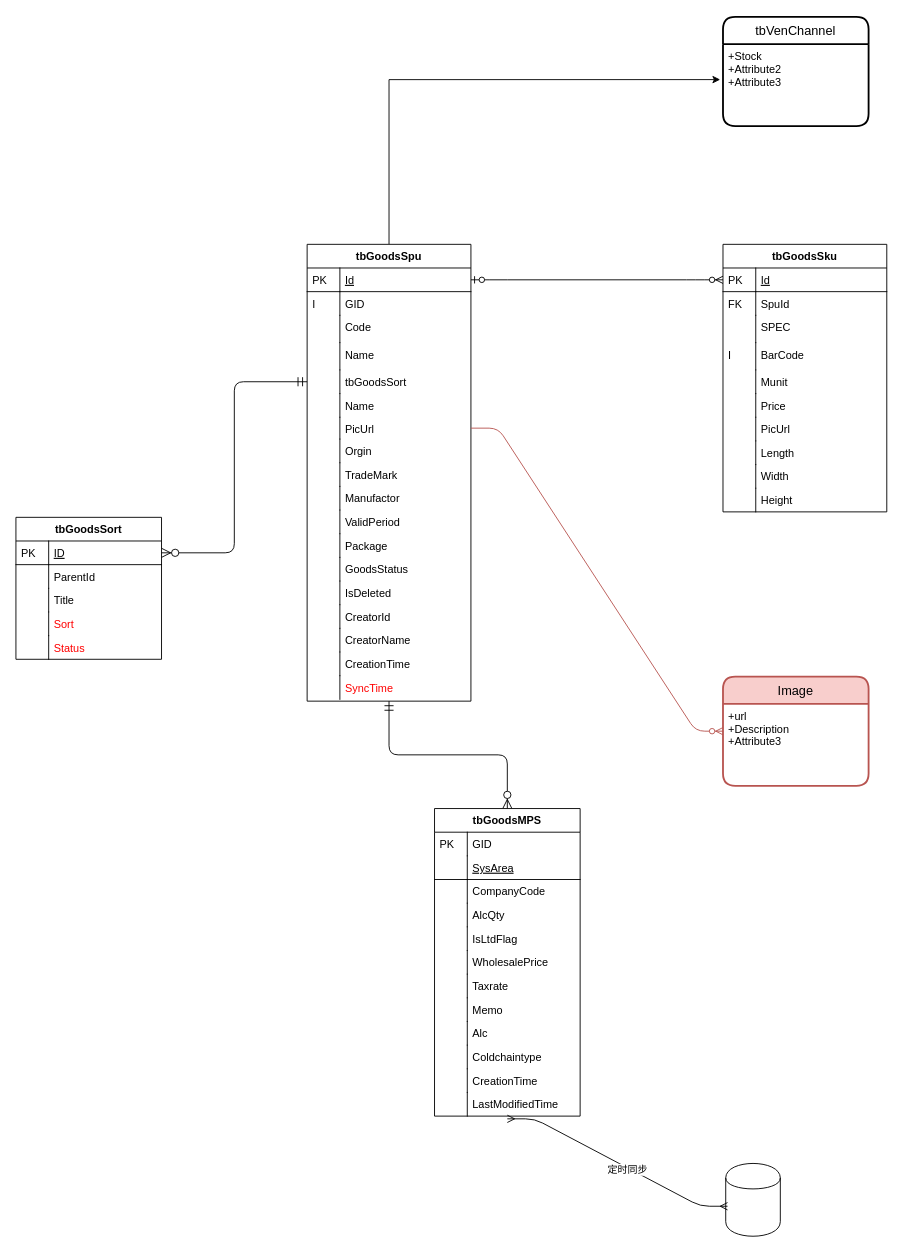
The draw.io diagram 未命名绘图 的副本.drawio in moxixuan/tbGoodsDesign, before the edit. Source tidied: cells renumbered, new cells numbered last; positions are measured from the earlier drawing's top-left corner, leaving out a move shared by most shapes. Both pictures are drawn from the tidied source at 91%, with x=0, y=0 at pixel (15, 16).
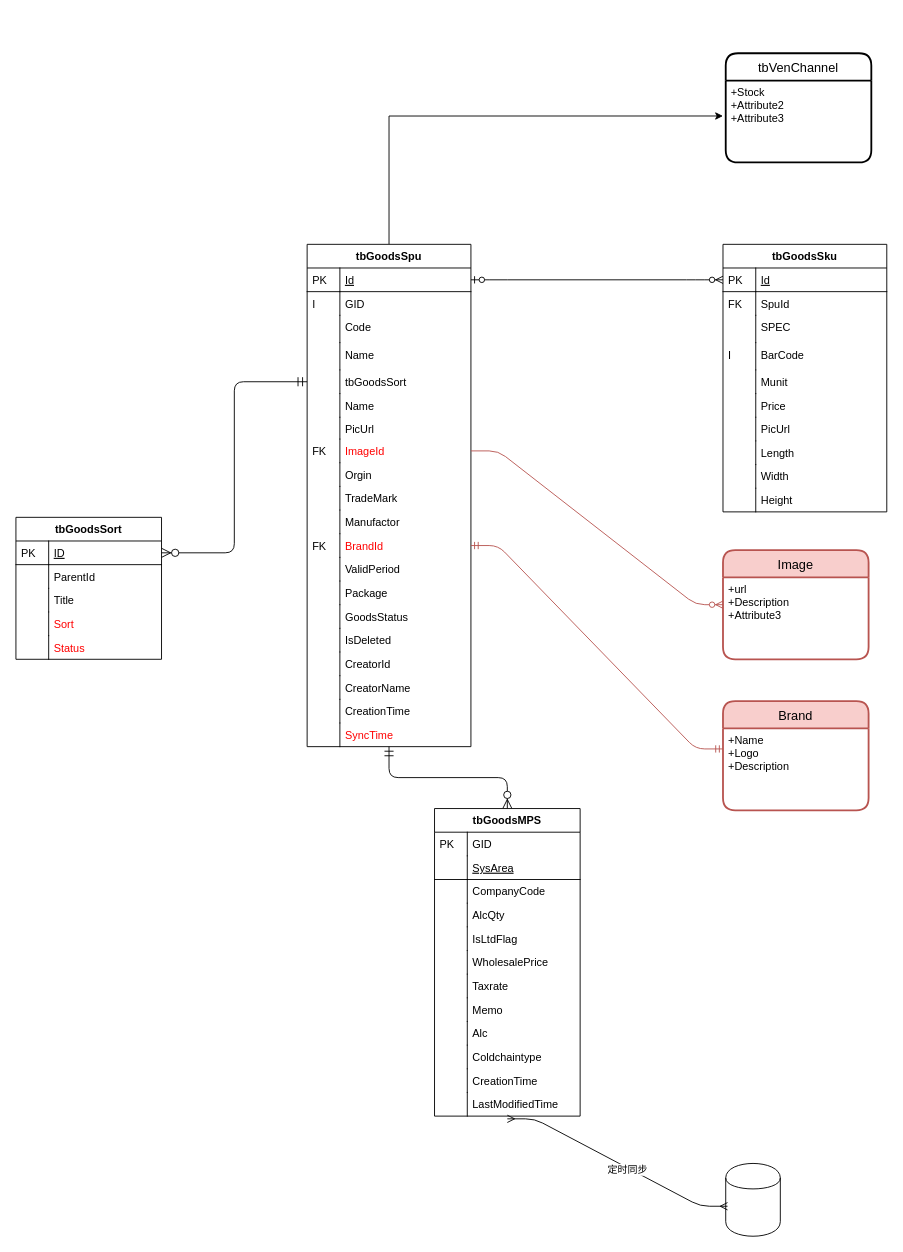
After the change.

Commit message:
更新未命名绘图 的副本.drawio

Unchanged cells that the change refers to:
```xml
<mxCell id="29" value="PicUrl" style="shape=partialRectangle;top=0;left=0;right=0;bottom=0;align=left;verticalAlign=top;fillColor=none;spacingLeft=40;spacingRight=4;overflow=hidden;points=[[0,0.5],[1,0.5]];portConstraint=eastwest;rounded=0;shadow=0;strokeWidth=1;" parent="16" vertex="1">
  <mxGeometry y="190" width="180" height="24" as="geometry" />
</mxCell>
```

Change to the diagram source:
```diff
@@
     <mxCell id="15" style="edgeStyle=orthogonalEdgeStyle;rounded=0;jettySize=auto;html=1;exitX=0.5;exitY=0;exitDx=0;exitDy=0;entryX=-0.019;entryY=0.433;entryDx=0;entryDy=0;entryPerimeter=0;fontColor=#FF0000;" parent="1" edge="1" source="16" target="104">
       <mxGeometry relative="1" as="geometry">
         <Array as="points">
-          <mxPoint x="410" y="69" />
+          <mxPoint x="410" y="109" />
         </Array>
       </mxGeometry>
     </mxCell>
     <mxCell id="16" value="tbGoodsSpu" style="swimlane;fontStyle=1;horizontal=1;startSize=26;rounded=0;shadow=0;strokeWidth=1;" parent="1" vertex="1">
-      <mxGeometry x="320" y="250" width="180" height="502" as="geometry" />
+      <mxGeometry x="320" y="250" width="180" height="552" as="geometry" />
     </mxCell>
@@
+    <mxCell id="108" value="ImageId" style="shape=partialRectangle;top=0;left=0;right=0;bottom=0;align=left;verticalAlign=top;fillColor=none;spacingLeft=40;spacingRight=4;overflow=hidden;points=[[0,0.5],[1,0.5]];portConstraint=eastwest;rounded=0;shadow=0;strokeWidth=1;fontColor=#FF0000;" parent="16" vertex="1">
+      <mxGeometry y="214" width="180" height="26" as="geometry" />
+    </mxCell>
+    <mxCell id="109" value="FK" style="shape=partialRectangle;top=0;left=0;bottom=0;fillColor=none;align=left;verticalAlign=top;spacingLeft=4;spacingRight=4;overflow=hidden;" parent="108" vertex="1">
+      <mxGeometry width="36" height="26" as="geometry" />
+    </mxCell>
     <mxCell id="31" value="Orgin" style="shape=partialRectangle;top=0;left=0;right=0;bottom=0;align=left;verticalAlign=top;fillColor=none;spacingLeft=40;spacingRight=4;overflow=hidden;rounded=0;shadow=0;strokeWidth=1;" parent="16" vertex="1">
-      <mxGeometry y="214" width="180" height="26" as="geometry" />
+      <mxGeometry y="240" width="180" height="26" as="geometry" />
     </mxCell>
@@
     <mxCell id="33" value="TradeMark" style="shape=partialRectangle;top=0;left=0;right=0;bottom=0;align=left;verticalAlign=top;fillColor=none;spacingLeft=40;spacingRight=4;overflow=hidden;rounded=0;shadow=0;strokeWidth=1;" parent="16" vertex="1">
-      <mxGeometry y="240" width="180" height="26" as="geometry" />
+      <mxGeometry y="266" width="180" height="26" as="geometry" />
     </mxCell>
@@
     <mxCell id="35" value="Manufactor" style="shape=partialRectangle;top=0;left=0;right=0;bottom=0;align=left;verticalAlign=top;fillColor=none;spacingLeft=40;spacingRight=4;overflow=hidden;rounded=0;shadow=0;strokeWidth=1;" parent="16" vertex="1">
-      <mxGeometry y="266" width="180" height="26" as="geometry" />
+      <mxGeometry y="292" width="180" height="26" as="geometry" />
     </mxCell>
@@
+    <mxCell id="110" value="BrandId" style="shape=partialRectangle;top=0;left=0;right=0;bottom=0;align=left;verticalAlign=top;fillColor=none;spacingLeft=40;spacingRight=4;overflow=hidden;points=[[0,0.5],[1,0.5]];portConstraint=eastwest;rounded=0;shadow=0;strokeWidth=1;fontColor=#FF0000;" parent="16" vertex="1">
+      <mxGeometry y="318" width="180" height="26" as="geometry" />
+    </mxCell>
+    <mxCell id="111" value="FK" style="shape=partialRectangle;top=0;left=0;bottom=0;fillColor=none;align=left;verticalAlign=top;spacingLeft=4;spacingRight=4;overflow=hidden;" parent="110" vertex="1">
+      <mxGeometry width="36" height="26" as="geometry" />
+    </mxCell>
     <mxCell id="37" value="ValidPeriod" style="shape=partialRectangle;top=0;left=0;right=0;bottom=0;align=left;verticalAlign=top;fillColor=none;spacingLeft=40;spacingRight=4;overflow=hidden;rounded=0;shadow=0;strokeWidth=1;" parent="16" vertex="1">
-      <mxGeometry y="292" width="180" height="26" as="geometry" />
+      <mxGeometry y="344" width="180" height="26" as="geometry" />
     </mxCell>
@@
     <mxCell id="39" value="Package" style="shape=partialRectangle;top=0;left=0;right=0;bottom=0;align=left;verticalAlign=top;fillColor=none;spacingLeft=40;spacingRight=4;overflow=hidden;rounded=0;shadow=0;strokeWidth=1;" parent="16" vertex="1">
-      <mxGeometry y="318" width="180" height="26" as="geometry" />
+      <mxGeometry y="370" width="180" height="26" as="geometry" />
     </mxCell>
@@
     <mxCell id="41" value="GoodsStatus" style="shape=partialRectangle;top=0;left=0;right=0;bottom=0;align=left;verticalAlign=top;fillColor=none;spacingLeft=40;spacingRight=4;overflow=hidden;rounded=0;shadow=0;strokeWidth=1;" parent="16" vertex="1">
-      <mxGeometry y="344" width="180" height="26" as="geometry" />
+      <mxGeometry y="396" width="180" height="26" as="geometry" />
     </mxCell>
@@
     <mxCell id="43" value="IsDeleted" style="shape=partialRectangle;top=0;left=0;right=0;bottom=0;align=left;verticalAlign=top;fillColor=none;spacingLeft=40;spacingRight=4;overflow=hidden;rounded=0;shadow=0;strokeWidth=1;" parent="16" vertex="1">
-      <mxGeometry y="370" width="180" height="26" as="geometry" />
+      <mxGeometry y="422" width="180" height="26" as="geometry" />
     </mxCell>
@@
     <mxCell id="45" value="CreatorId" style="shape=partialRectangle;top=0;left=0;right=0;bottom=0;align=left;verticalAlign=top;fillColor=none;spacingLeft=40;spacingRight=4;overflow=hidden;rounded=0;shadow=0;strokeWidth=1;" parent="16" vertex="1">
-      <mxGeometry y="396" width="180" height="26" as="geometry" />
+      <mxGeometry y="448" width="180" height="26" as="geometry" />
     </mxCell>
@@
     <mxCell id="47" value="CreatorName" style="shape=partialRectangle;top=0;left=0;right=0;bottom=0;align=left;verticalAlign=top;fillColor=none;spacingLeft=40;spacingRight=4;overflow=hidden;rounded=0;shadow=0;strokeWidth=1;" parent="16" vertex="1">
-      <mxGeometry y="422" width="180" height="26" as="geometry" />
+      <mxGeometry y="474" width="180" height="26" as="geometry" />
     </mxCell>
@@
     <mxCell id="49" value="CreationTime" style="shape=partialRectangle;top=0;left=0;right=0;bottom=0;align=left;verticalAlign=top;fillColor=none;spacingLeft=40;spacingRight=4;overflow=hidden;rounded=0;shadow=0;strokeWidth=1;" parent="16" vertex="1">
-      <mxGeometry y="448" width="180" height="26" as="geometry" />
+      <mxGeometry y="500" width="180" height="26" as="geometry" />
     </mxCell>
@@
     <mxCell id="51" value="SyncTime" style="shape=partialRectangle;top=0;left=0;right=0;bottom=0;align=left;verticalAlign=top;fillColor=none;spacingLeft=40;spacingRight=4;overflow=hidden;rounded=0;shadow=0;strokeWidth=1;fontColor=#FF0000;" parent="16" vertex="1">
-      <mxGeometry y="474" width="180" height="26" as="geometry" />
+      <mxGeometry y="526" width="180" height="26" as="geometry" />
     </mxCell>
@@
-    <mxCell id="103" value="tbVenChannel" style="swimlane;horizontal=1;startSize=30;rounded=1;fontSize=14;fontStyle=0;strokeWidth=2;shadow=0;dashed=0;align=center;" parent="1" vertex="1">
-      <mxGeometry x="777" width="160" height="120" as="geometry" />
-    </mxCell>
-    <mxCell id="104" value="+Stock&#10;+Attribute2&#10;+Attribute3" style="align=left;strokeColor=none;fillColor=none;spacingLeft=4;fontSize=12;verticalAlign=top;" parent="103" vertex="1">
-      <mxGeometry y="30" width="160" height="90" as="geometry" />
-    </mxCell>
-    <mxCell id="105" style="edgeStyle=entityRelationEdgeStyle;fontSize=12;html=1;endArrow=ERzeroToMany;endFill=1;exitX=1;exitY=0.5;exitDx=0;exitDy=0;fillColor=#f8cecc;strokeColor=#b85450;" parent="1" edge="1" source="29" target="106">
+    <mxCell id="105" style="edgeStyle=entityRelationEdgeStyle;fontSize=12;html=1;endArrow=ERzeroToMany;endFill=1;exitX=1;exitY=0.5;exitDx=0;exitDy=0;fillColor=#f8cecc;strokeColor=#b85450;" parent="1" edge="1" source="108" target="106">
       <mxGeometry relative="1" as="geometry" />
     </mxCell>
     <mxCell id="106" value="Image" style="swimlane;horizontal=1;startSize=30;rounded=1;fontSize=14;fontStyle=0;strokeWidth=2;shadow=0;dashed=0;align=center;fillColor=#f8cecc;strokeColor=#b85450;" parent="1" vertex="1">
-      <mxGeometry x="777" y="725" width="160" height="120" as="geometry" />
+      <mxGeometry x="777" y="586" width="160" height="120" as="geometry" />
     </mxCell>
@@
+    <mxCell id="112" value="Brand" style="swimlane;horizontal=1;startSize=30;rounded=1;fontSize=14;fontStyle=0;strokeWidth=2;shadow=0;dashed=0;align=center;fillColor=#f8cecc;strokeColor=#b85450;" parent="1" vertex="1">
+      <mxGeometry x="777" y="752" width="160" height="120" as="geometry" />
+    </mxCell>
+    <mxCell id="113" value="+Name&#10;+Logo&#10;+Description" style="align=left;strokeColor=none;fillColor=none;spacingLeft=4;fontSize=12;verticalAlign=top;" parent="112" vertex="1">
+      <mxGeometry y="30" width="160" height="90" as="geometry" />
+    </mxCell>
+    <mxCell id="114" style="edgeStyle=entityRelationEdgeStyle;fontSize=12;html=1;endArrow=ERmandOne;startArrow=ERmandOne;entryX=0;entryY=0.25;entryDx=0;entryDy=0;fillColor=#f8cecc;strokeColor=#b85450;" parent="1" edge="1" source="110" target="113">
+      <mxGeometry relative="1" as="geometry" />
+    </mxCell>
+    <mxCell id="103" value="tbVenChannel" style="swimlane;horizontal=1;startSize=30;rounded=1;fontSize=14;fontStyle=0;strokeWidth=2;shadow=0;dashed=0;align=center;" parent="1" vertex="1">
+      <mxGeometry x="780" y="40" width="160" height="120" as="geometry" />
+    </mxCell>
+    <mxCell id="104" value="+Stock&#10;+Attribute2&#10;+Attribute3" style="align=left;strokeColor=none;fillColor=none;spacingLeft=4;fontSize=12;verticalAlign=top;" parent="103" vertex="1">
+      <mxGeometry y="30" width="160" height="90" as="geometry" />
+    </mxCell>
```
